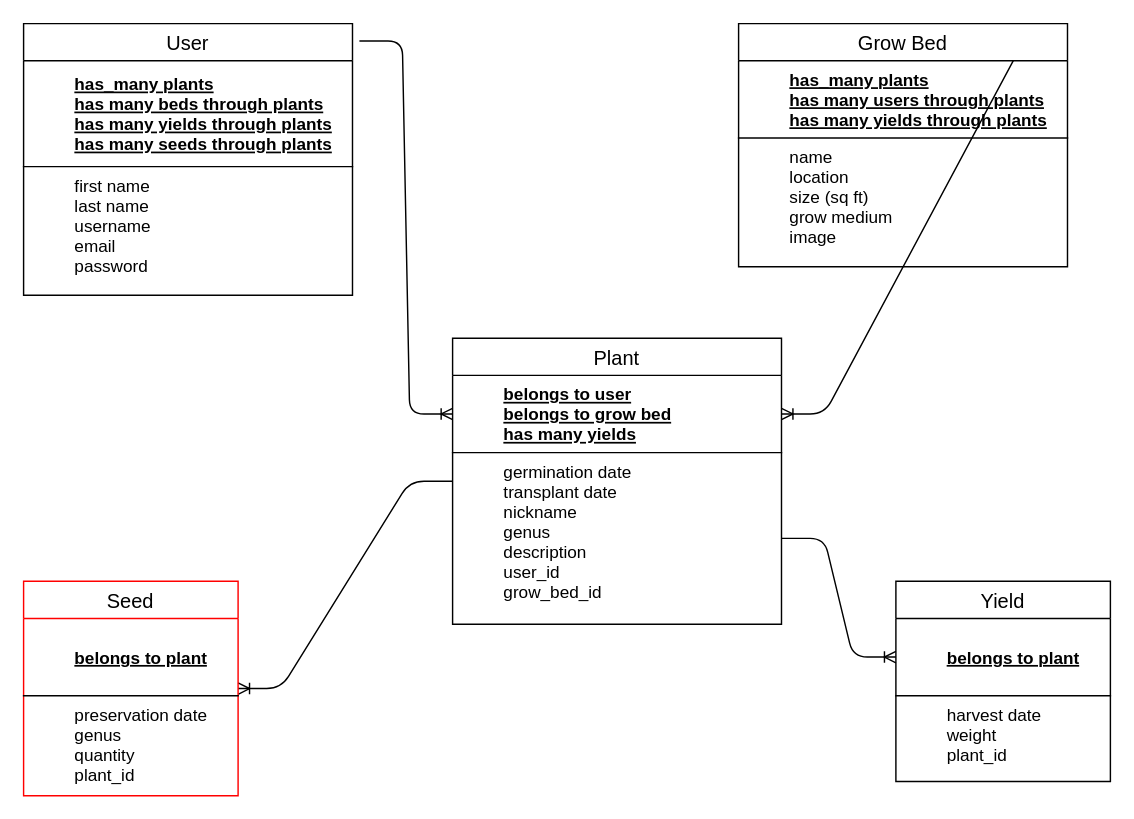
Above: associations.drawio in ferrisbueller66/garden_helper (draw.io), before the change. Source tidied: cells renumbered, new cells numbered last; positions are measured from the earlier drawing's top-left corner, leaving out a move shared by most shapes. Both pictures are drawn from the tidied source at 143%, with x=0, y=0 at pixel (23, 23).
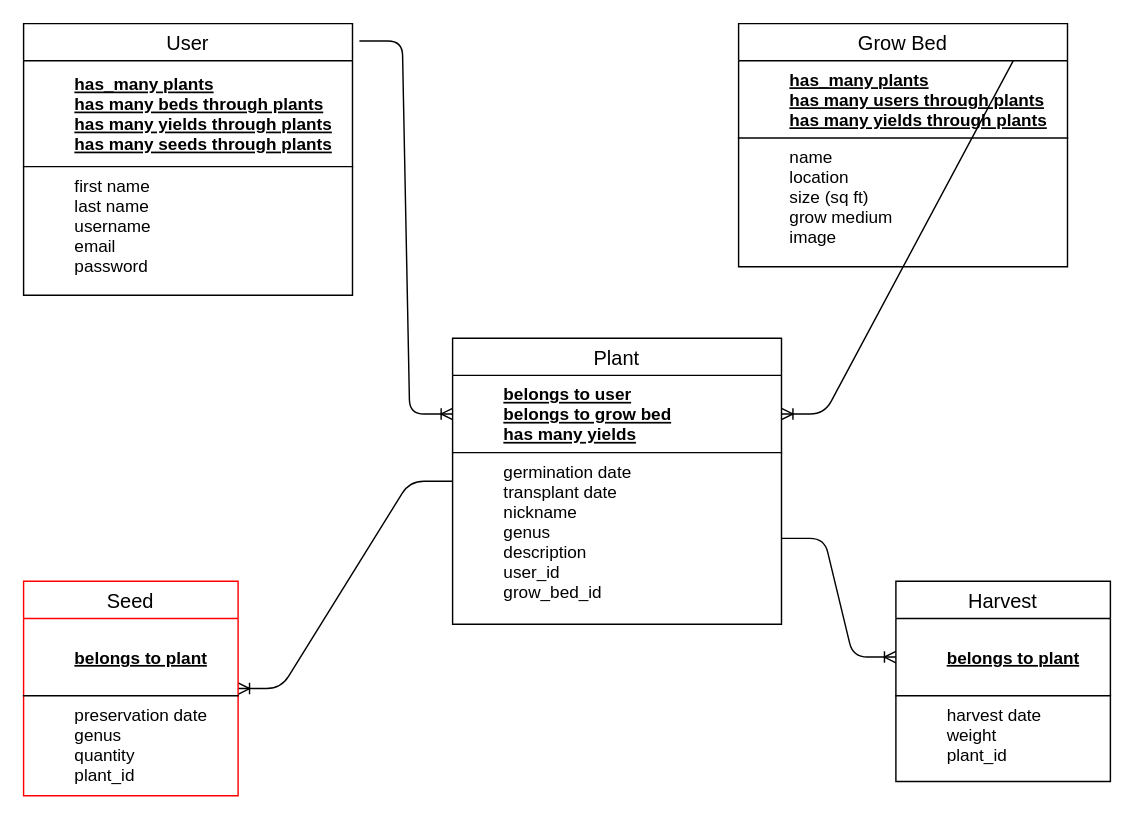
After the change.

The edit, as a diff of the source:
```diff
@@
-    <mxCell id="18" value="Yield" style="swimlane;fontStyle=0;horizontal=1;startSize=26;align=center;fontSize=14;" parent="1" vertex="1">
+    <mxCell id="18" value="Harvest" style="swimlane;fontStyle=0;horizontal=1;startSize=26;align=center;fontSize=14;" parent="1" vertex="1">
       <mxGeometry x="610" y="390" width="150" height="140" as="geometry" />
     </mxCell>
```
